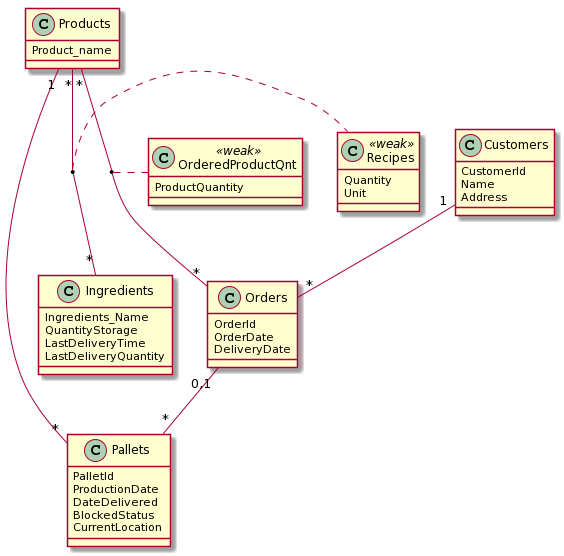
Above: Er-model-2.png in mhall815/EDAF75---Databasteknik---project (PlantUML), before the change.
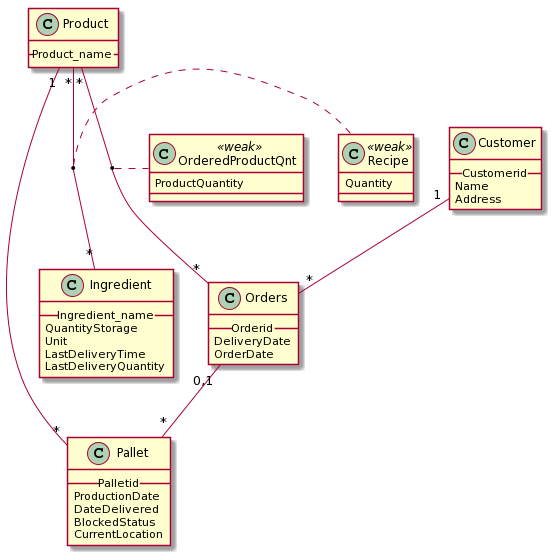
After the commit.

The edit, as a diff of the source:
```diff
@@ -1,61 +1,55 @@
 @startuml
-class Customers {
-  CustomerId
-  Name
-  Address
+class Ingredient {
+    __Ingredient_name__
+    QuantityStorage
+    Unit
+    LastDeliveryTime
+    LastDeliveryQuantity
+}
 
+
+class Product {
+    __Product_name__
+}
+
+class Recipe << weak >> {
+    Quantity
+}
+
+
+class Customer {
+    __Customerid__
+    Name
+    Address
 }
 
 class Orders {
-  OrderId
-  OrderDate
-  DeliveryDate
-
+    __Orderid__
+    DeliveryDate
+    OrderDate
 }
 
-class OrderedProductQnt << weak >>{
-  ProductQuantity
-
+class OrderedProductQnt  << weak >> {
+    ProductQuantity
 }
 
-class Products{
-  Product_name
-
-}
-
-class Recipes << weak >> {
-  Quantity
-  Unit
-
-}
-
-class Ingredients {
-  Ingredients_Name
-  QuantityStorage
-  LastDeliveryTime
-  LastDeliveryQuantity
-
-}
-
-class Pallets {
-  PalletId
-  ProductionDate
-  DateDelivered
-  BlockedStatus
-  CurrentLocation
-
+class Pallet {
+    __Palletid__
+    ProductionDate
+    DateDelivered
+    BlockedStatus
+    CurrentLocation
 }
 
 
+Customer "1" -- "*" Orders
 
-Customers "1" -- "*" Orders
-
-Products"*" -- "*" Orders
-(Products, Orders) .. OrderedProductQnt
+Product"*" -- "*" Orders
+(Product, Orders) .. OrderedProductQnt
 
 
-Products "*" -- "*" Ingredients
-(Products, Ingredients) .. Recipes
-Products "1" -- "*" Pallets
-Orders"0,1" -- "*" Pallets
+Product "*" -- "*" Ingredient
+(Product, Ingredient) .. Recipe
+Product "1" -- "*" Pallet
+Orders"0,1" -- "*" Pallet
 @enduml
```
